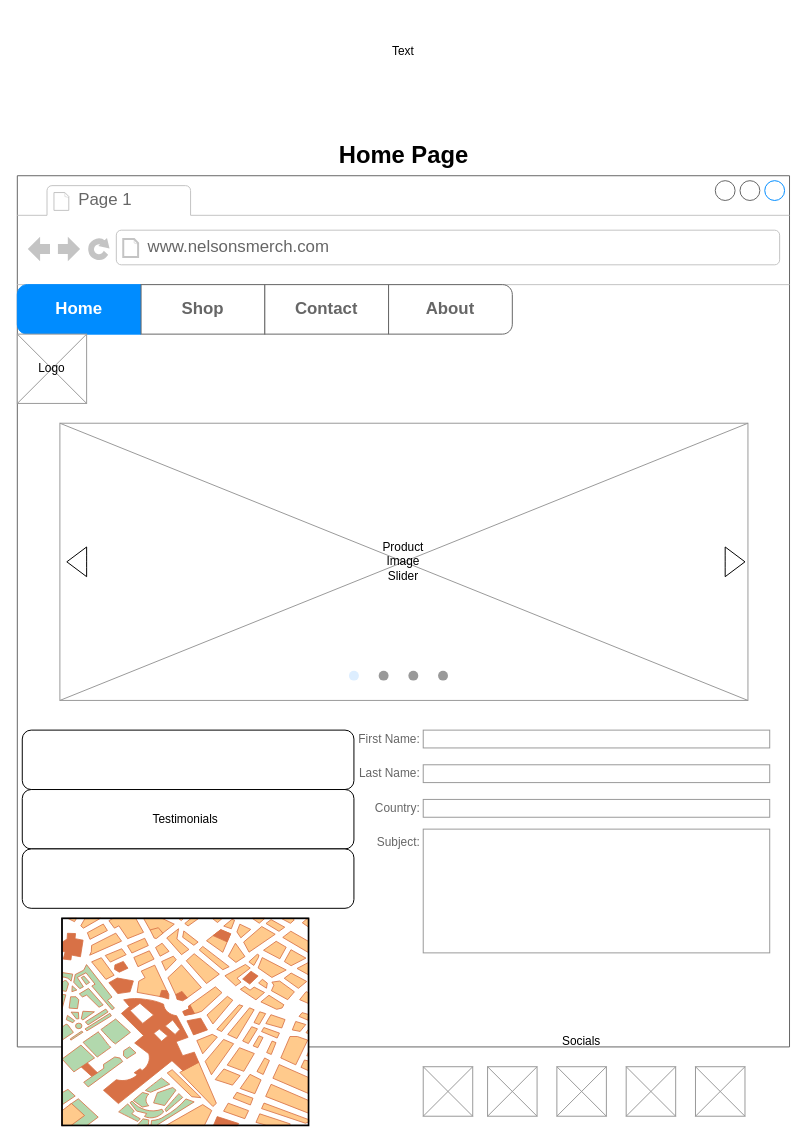
Above: Wireframeupdate (2).drawio in Marceese1/Project1 (draw.io), before the change. Source tidied: cells renumbered, new cells numbered last; positions are measured from the earlier drawing's top-left corner, leaving out a move shared by most shapes. Both pictures are drawn from the tidied source at 99%, with x=0, y=0 at pixel (17, 17).
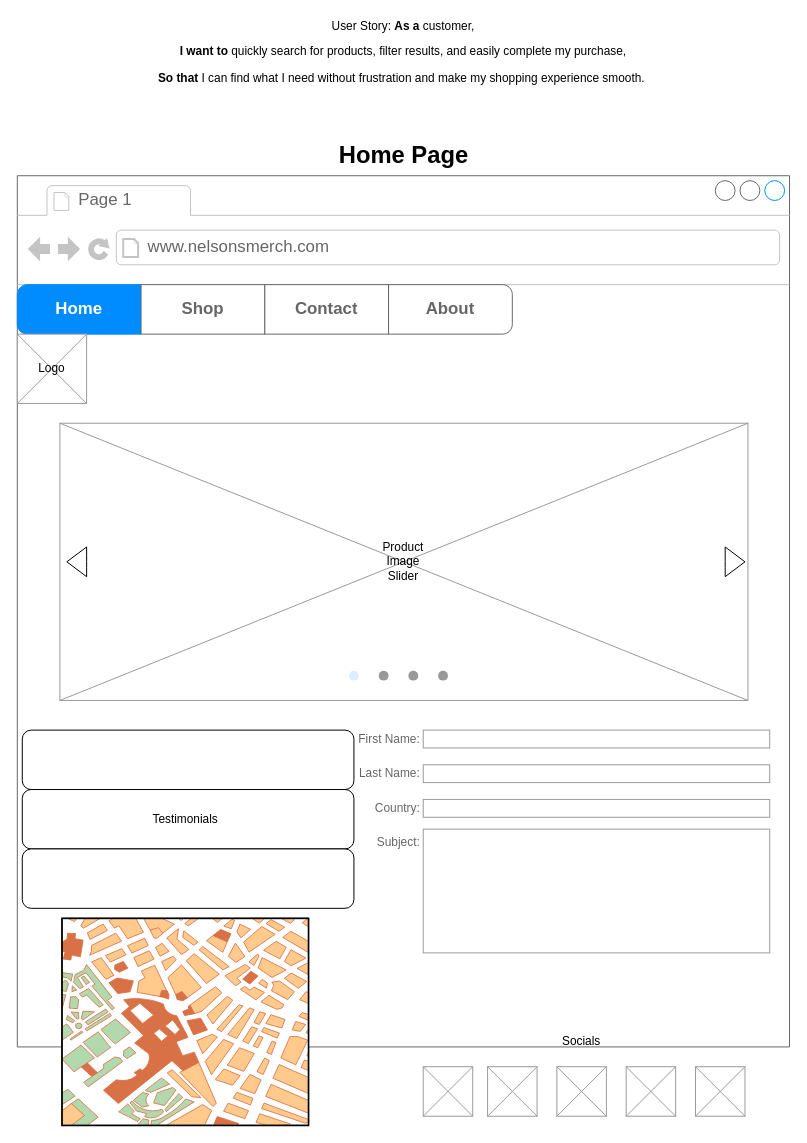
The same diagram, later.

What changed in the source:
```diff
@@
-    <mxCell id="37" value="Text" style="text;html=1;align=center;verticalAlign=middle;whiteSpace=wrap;rounded=0;" parent="1" vertex="1">
+    <mxCell id="37" value="User Story:&amp;nbsp;&lt;strong style=&quot;background-color: initial;&quot;&gt;As a&lt;/strong&gt;&lt;span style=&quot;background-color: initial;&quot;&gt; customer,&lt;/span&gt;&lt;p&gt;&lt;strong&gt;I want to&lt;/strong&gt; quickly search for products, filter results, and easily complete my purchase,&lt;/p&gt;&lt;strong style=&quot;background-color: initial;&quot;&gt;So that&lt;/strong&gt;&lt;span style=&quot;background-color: initial;&quot;&gt; I can find what I need without frustration and make my shopping experience smooth.&lt;/span&gt;&amp;nbsp;" style="text;html=1;align=center;verticalAlign=middle;whiteSpace=wrap;rounded=0;" parent="1" vertex="1">
       <mxGeometry x="15" width="750" height="70" as="geometry" />
     </mxCell>
```
